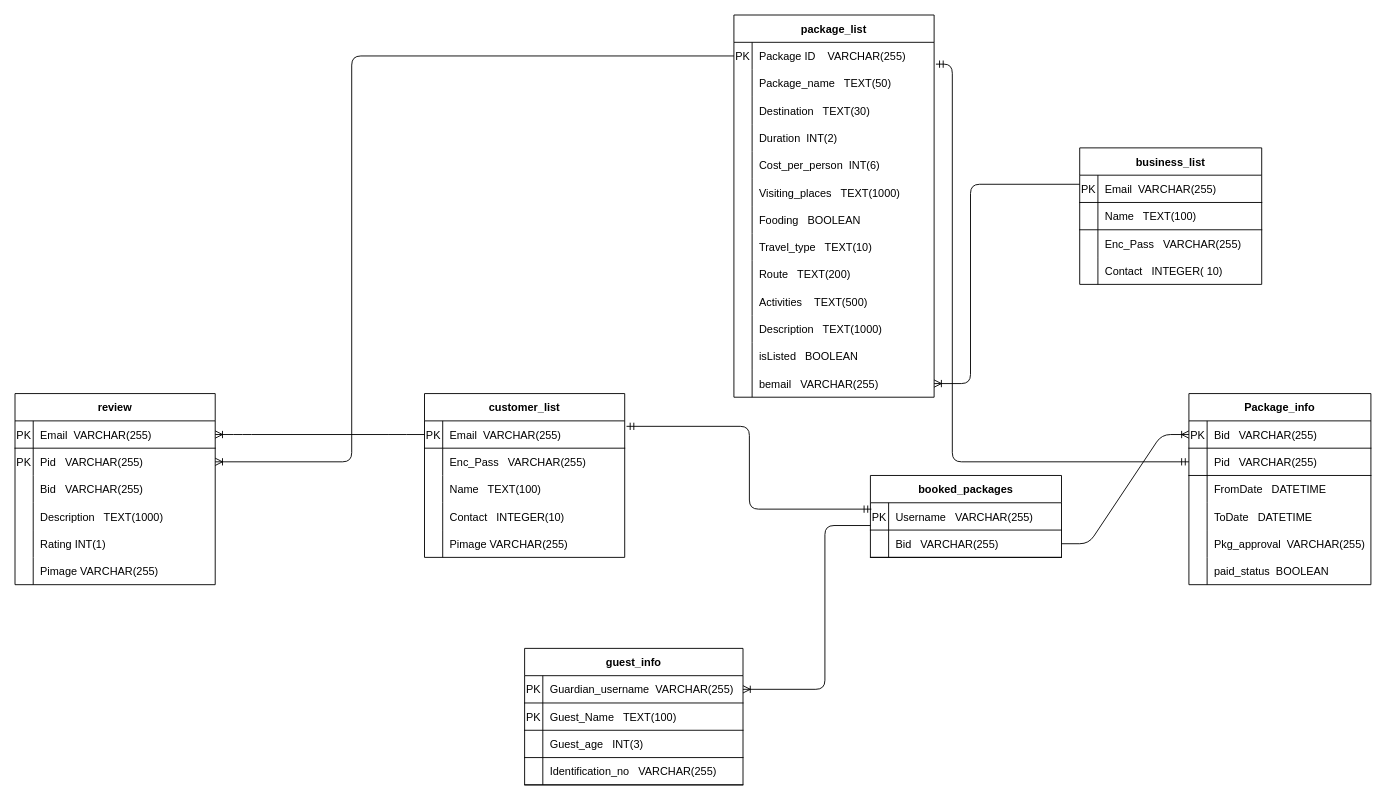
Earlier version of the draw.io diagram ERD_SCHEMA_WITH_PAKCAGE.drawio (PCMasterRace007/ER). Source tidied: cells renumbered, new cells numbered last; positions are measured from the earlier drawing's top-left corner, leaving out a move shared by most shapes. Both pictures are drawn from the tidied source at 91%, with x=0, y=0 at pixel (15, 15).
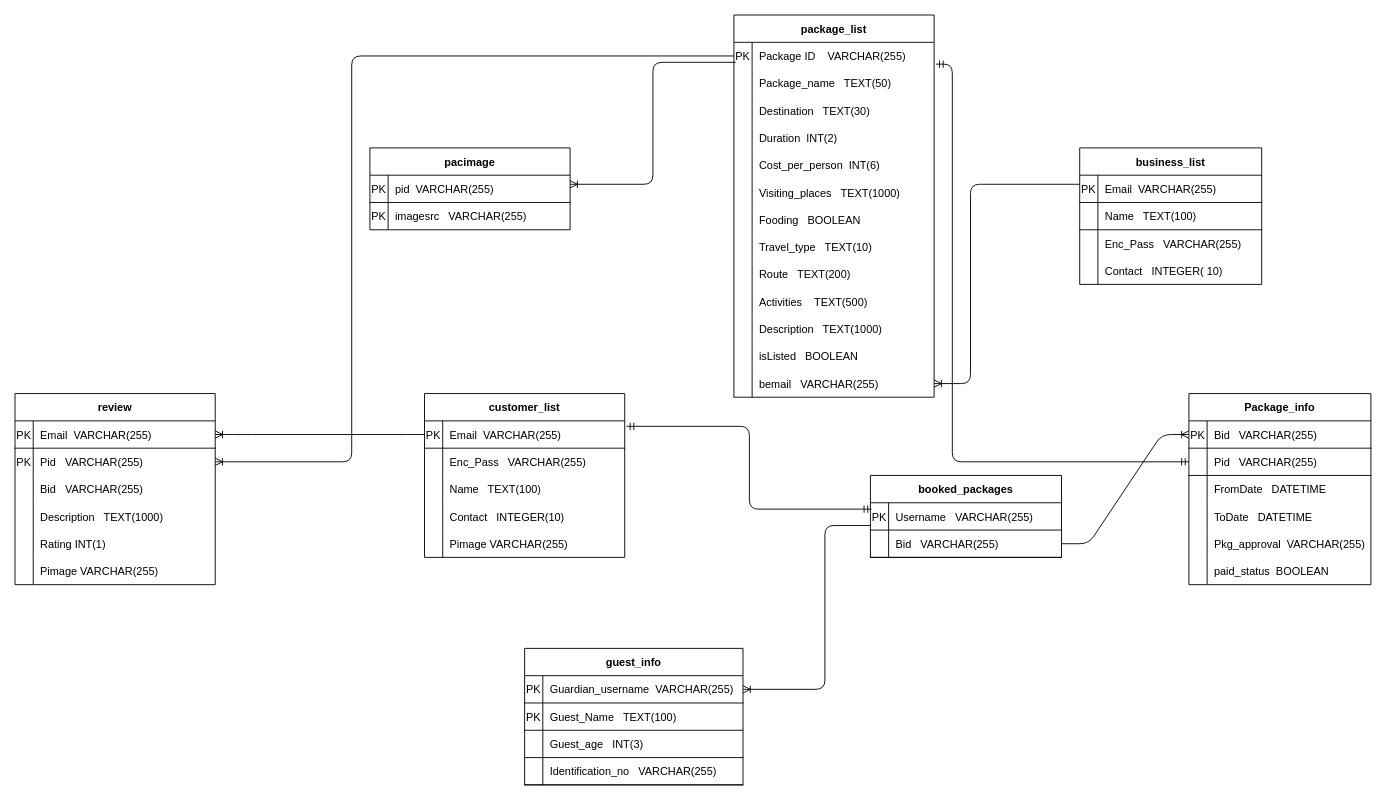
The same page after the edit.

The edit, as a diff of the source:
```diff
@@
+    <mxCell id="136" value="pacimage" style="shape=table;startSize=30;childLayout=tableLayout;rowLines=0;fontStyle=1;align=center;" parent="1" vertex="1">
+      <mxGeometry x="390" y="146" width="220" height="90" as="geometry" />
+    </mxCell>
+    <mxCell id="137" style="shape=partialRectangle;fillColor=none;top=0;left=0;bottom=1;right=0;" parent="136" vertex="1">
+      <mxGeometry y="30" width="220" height="30" as="geometry" />
+    </mxCell>
+    <mxCell id="138" value="PK" style="shape=partialRectangle;fillColor=none;top=0;left=0;bottom=0;right=0;fontStyle=0;overflow=hidden;" parent="137" vertex="1">
+      <mxGeometry width="20" height="30" as="geometry" />
+    </mxCell>
+    <mxCell id="139" value="pid  VARCHAR(255)" style="shape=partialRectangle;fillColor=none;top=0;left=0;bottom=0;right=0;align=left;spacingLeft=6;fontStyle=0;overflow=hidden;" parent="137" vertex="1">
+      <mxGeometry x="20" width="200" height="30" as="geometry" />
+    </mxCell>
+    <mxCell id="140" style="shape=partialRectangle;fillColor=none;top=0;left=0;bottom=0;right=0;" parent="136" vertex="1">
+      <mxGeometry y="60" width="220" height="30" as="geometry" />
+    </mxCell>
+    <mxCell id="141" value="PK" style="shape=partialRectangle;fillColor=none;top=0;left=0;bottom=0;right=0;overflow=hidden;" parent="140" vertex="1">
+      <mxGeometry width="20" height="30" as="geometry" />
+    </mxCell>
+    <mxCell id="142" value="imagesrc   VARCHAR(255)" style="shape=partialRectangle;fillColor=none;top=0;left=0;bottom=0;right=0;align=left;spacingLeft=6;overflow=hidden;" parent="140" vertex="1">
+      <mxGeometry x="20" width="200" height="30" as="geometry" />
+    </mxCell>
+    <mxCell id="143" style="edgeStyle=elbowEdgeStyle;fontSize=12;html=1;endArrow=ERoneToMany;" parent="1" edge="1">
+      <mxGeometry relative="1" as="geometry">
+        <mxPoint x="792" y="52" as="sourcePoint" />
+        <mxPoint x="610" y="186" as="targetPoint" />
+      </mxGeometry>
+    </mxCell>
```
